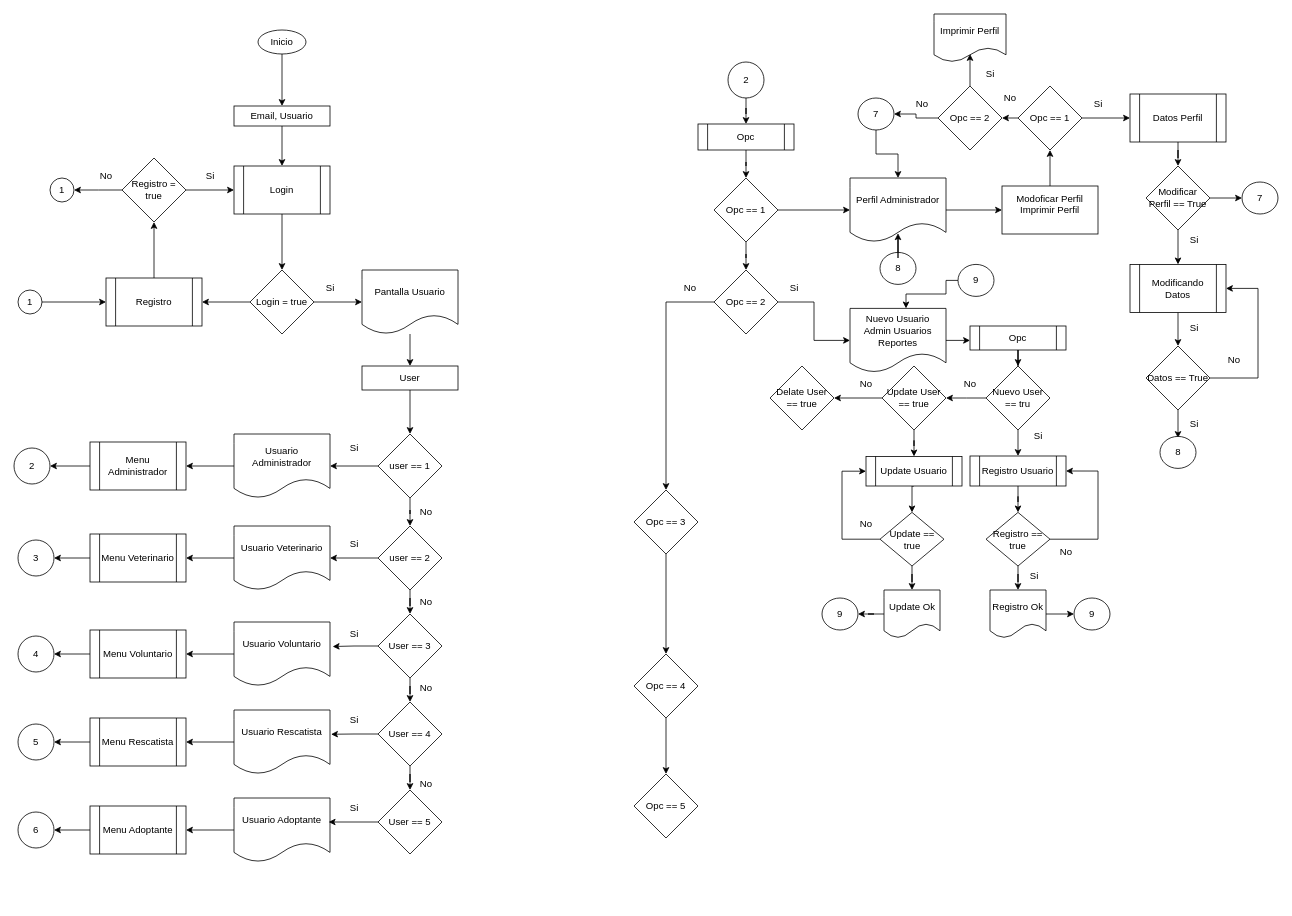
JlchavezG/AdminPets keeps this draw.io diagram as page "Diagrama_Flujo_AdminPets_General" (1 of 2) of AdminPets.drawio. Above is the earlier version. Source tidied: cells renumbered, new cells numbered last; positions are measured from the earlier drawing's top-left corner, leaving out a move shared by most shapes. Both pictures are drawn from the tidied source at 80%, with x=0, y=0 at pixel (14, 14).
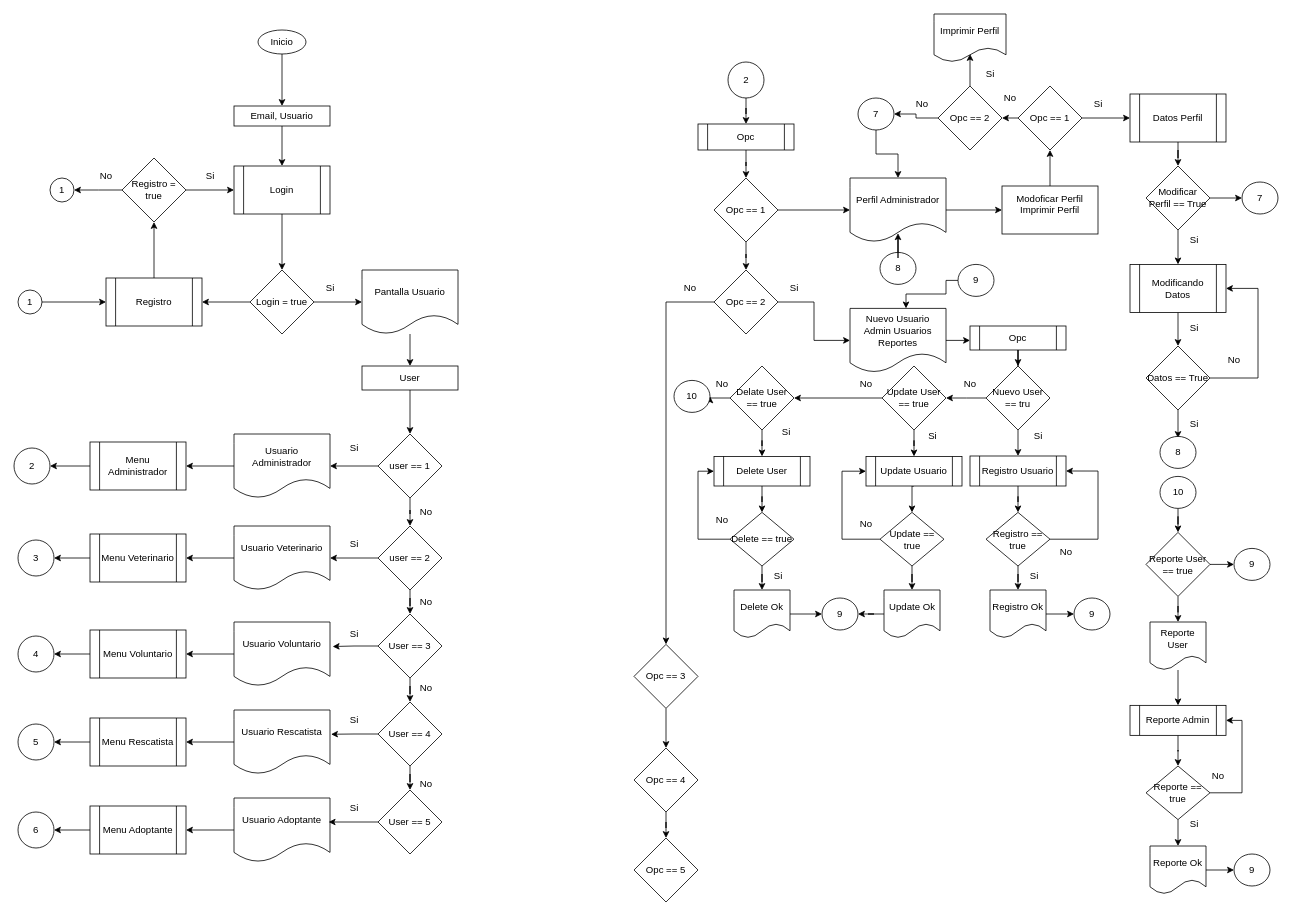
After the change.

The change refers to these unchanged cells:
```xml
<mxCell id="158" value="9" style="ellipse;whiteSpace=wrap;html=1;" parent="1" vertex="1">
  <mxGeometry x="1010" y="730" width="45" height="40" as="geometry" />
</mxCell>
```

The edit, as a diff of the source:
```diff
@@
     <mxCell id="85" value="Opc == 3" style="rhombus;whiteSpace=wrap;html=1;" parent="1" vertex="1">
-      <mxGeometry x="775" y="595" width="80" height="80" as="geometry" />
+      <mxGeometry x="775" y="788" width="80" height="80" as="geometry" />
     </mxCell>
@@
     <mxCell id="87" value="Opc == 4" style="rhombus;whiteSpace=wrap;html=1;" parent="1" vertex="1">
-      <mxGeometry x="775" y="800" width="80" height="80" as="geometry" />
+      <mxGeometry x="775" y="917.5" width="80" height="80" as="geometry" />
     </mxCell>
     <mxCell id="88" value="Opc == 5" style="rhombus;whiteSpace=wrap;html=1;" parent="1" vertex="1">
-      <mxGeometry x="775" y="950" width="80" height="80" as="geometry" />
+      <mxGeometry x="775" y="1030" width="80" height="80" as="geometry" />
     </mxCell>
@@
+    <mxCell id="161" style="edgeStyle=orthogonalEdgeStyle;rounded=0;jettySize=auto;html=1;" parent="1" edge="1" source="148" target="164">
+      <mxGeometry relative="1" as="geometry" />
+    </mxCell>
+    <mxCell id="162" style="edgeStyle=orthogonalEdgeStyle;rounded=0;jettySize=auto;html=1;exitX=0;exitY=0.5;exitDx=0;exitDy=0;entryX=1;entryY=0.5;entryDx=0;entryDy=0;" parent="1" edge="1" source="148" target="174">
+      <mxGeometry relative="1" as="geometry" />
+    </mxCell>
     <mxCell id="148" value="Delate User == true" style="rhombus;whiteSpace=wrap;html=1;" parent="1" vertex="1">
-      <mxGeometry x="945" y="440" width="80" height="80" as="geometry" />
+      <mxGeometry x="895" y="440" width="80" height="80" as="geometry" />
     </mxCell>
@@
+    <mxCell id="163" style="edgeStyle=orthogonalEdgeStyle;rounded=0;jettySize=auto;html=1;entryX=0.5;entryY=0;entryDx=0;entryDy=0;" parent="1" edge="1" source="164" target="167">
+      <mxGeometry relative="1" as="geometry" />
+    </mxCell>
+    <mxCell id="164" value="Delete User" style="shape=process;whiteSpace=wrap;html=1;backgroundOutline=1;" parent="1" vertex="1">
+      <mxGeometry x="875" y="553" width="120" height="37" as="geometry" />
+    </mxCell>
+    <mxCell id="165" style="edgeStyle=orthogonalEdgeStyle;rounded=0;jettySize=auto;html=1;entryX=0;entryY=0.5;entryDx=0;entryDy=0;exitX=0;exitY=0.5;exitDx=0;exitDy=0;" parent="1" edge="1" source="167" target="164">
+      <mxGeometry relative="1" as="geometry" />
+    </mxCell>
+    <mxCell id="166" style="edgeStyle=orthogonalEdgeStyle;rounded=0;jettySize=auto;html=1;entryX=0.5;entryY=0;entryDx=0;entryDy=0;" parent="1" edge="1" source="167" target="170">
+      <mxGeometry relative="1" as="geometry" />
+    </mxCell>
+    <mxCell id="167" value="Delete == true" style="rhombus;whiteSpace=wrap;html=1;" parent="1" vertex="1">
+      <mxGeometry x="895" y="623" width="80" height="67" as="geometry" />
+    </mxCell>
+    <mxCell id="168" value="No" style="text;html=1;align=center;verticalAlign=middle;strokeColor=none;fillColor=none;" parent="1" vertex="1">
+      <mxGeometry x="865" y="618" width="40" height="30" as="geometry" />
+    </mxCell>
+    <mxCell id="169" style="edgeStyle=orthogonalEdgeStyle;rounded=0;jettySize=auto;html=1;entryX=0;entryY=0.5;entryDx=0;entryDy=0;" parent="1" edge="1" source="170" target="158">
+      <mxGeometry relative="1" as="geometry" />
+    </mxCell>
+    <mxCell id="170" value="Delete Ok" style="shape=document;whiteSpace=wrap;html=1;boundedLbl=1;" parent="1" vertex="1">
+      <mxGeometry x="900" y="720" width="70" height="60" as="geometry" />
+    </mxCell>
+    <mxCell id="171" value="Si" style="text;html=1;align=center;verticalAlign=middle;strokeColor=none;fillColor=none;" parent="1" vertex="1">
+      <mxGeometry x="940" y="688" width="30" height="30" as="geometry" />
+    </mxCell>
+    <mxCell id="172" value="Si" style="text;html=1;align=center;verticalAlign=middle;strokeColor=none;fillColor=none;" parent="1" vertex="1">
+      <mxGeometry x="1132.5" y="512.5" width="30" height="30" as="geometry" />
+    </mxCell>
+    <mxCell id="173" value="Si" style="text;html=1;align=center;verticalAlign=middle;strokeColor=none;fillColor=none;" parent="1" vertex="1">
+      <mxGeometry x="950" y="508" width="30" height="30" as="geometry" />
+    </mxCell>
+    <mxCell id="174" value="10" style="ellipse;whiteSpace=wrap;html=1;" parent="1" vertex="1">
+      <mxGeometry x="825" y="458" width="45" height="40" as="geometry" />
+    </mxCell>
+    <mxCell id="175" value="No" style="text;html=1;align=center;verticalAlign=middle;strokeColor=none;fillColor=none;" parent="1" vertex="1">
+      <mxGeometry x="865" y="448" width="40" height="30" as="geometry" />
+    </mxCell>
+    <mxCell id="176" style="edgeStyle=orthogonalEdgeStyle;rounded=0;jettySize=auto;html=1;entryX=0.5;entryY=0;entryDx=0;entryDy=0;" parent="1" edge="1" source="177" target="180">
+      <mxGeometry relative="1" as="geometry" />
+    </mxCell>
+    <mxCell id="177" value="10" style="ellipse;whiteSpace=wrap;html=1;" parent="1" vertex="1">
+      <mxGeometry x="1432.5" y="578" width="45" height="40" as="geometry" />
+    </mxCell>
+    <mxCell id="178" style="edgeStyle=orthogonalEdgeStyle;rounded=0;jettySize=auto;html=1;" parent="1" edge="1" source="180">
+      <mxGeometry relative="1" as="geometry">
+        <mxPoint x="1525" y="688" as="targetPoint" />
+      </mxGeometry>
+    </mxCell>
+    <mxCell id="179" style="edgeStyle=orthogonalEdgeStyle;rounded=0;jettySize=auto;html=1;entryX=0.5;entryY=0;entryDx=0;entryDy=0;" parent="1" edge="1" source="180" target="183">
+      <mxGeometry relative="1" as="geometry" />
+    </mxCell>
+    <mxCell id="180" value="Reporte User == true" style="rhombus;whiteSpace=wrap;html=1;" parent="1" vertex="1">
+      <mxGeometry x="1415" y="648" width="80" height="80" as="geometry" />
+    </mxCell>
+    <mxCell id="181" value="9" style="ellipse;whiteSpace=wrap;html=1;" parent="1" vertex="1">
+      <mxGeometry x="1525" y="668" width="45" height="40" as="geometry" />
+    </mxCell>
+    <mxCell id="182" style="edgeStyle=orthogonalEdgeStyle;rounded=0;jettySize=auto;html=1;entryX=0.5;entryY=0;entryDx=0;entryDy=0;" parent="1" edge="1" source="183" target="185">
+      <mxGeometry relative="1" as="geometry" />
+    </mxCell>
+    <mxCell id="183" value="Reporte User" style="shape=document;whiteSpace=wrap;html=1;boundedLbl=1;" parent="1" vertex="1">
+      <mxGeometry x="1420" y="760" width="70" height="60" as="geometry" />
+    </mxCell>
+    <mxCell id="184" style="edgeStyle=orthogonalEdgeStyle;rounded=0;jettySize=auto;html=1;entryX=0.5;entryY=0;entryDx=0;entryDy=0;" parent="1" edge="1" source="185" target="188">
+      <mxGeometry relative="1" as="geometry" />
+    </mxCell>
+    <mxCell id="185" value="Reporte Admin" style="shape=process;whiteSpace=wrap;html=1;backgroundOutline=1;" parent="1" vertex="1">
+      <mxGeometry x="1395" y="864.2" width="120" height="37.5" as="geometry" />
+    </mxCell>
+    <mxCell id="186" style="edgeStyle=orthogonalEdgeStyle;rounded=0;jettySize=auto;html=1;entryX=1;entryY=0.5;entryDx=0;entryDy=0;" parent="1" edge="1" source="188" target="185">
+      <mxGeometry relative="1" as="geometry">
+        <Array as="points">
+          <mxPoint x="1535" y="974" />
+          <mxPoint x="1535" y="883" />
+        </Array>
+      </mxGeometry>
+    </mxCell>
+    <mxCell id="187" style="edgeStyle=orthogonalEdgeStyle;rounded=0;jettySize=auto;html=1;exitX=0.5;exitY=1;exitDx=0;exitDy=0;entryX=0.5;entryY=0;entryDx=0;entryDy=0;" parent="1" edge="1" source="188" target="191">
+      <mxGeometry relative="1" as="geometry" />
+    </mxCell>
+    <mxCell id="188" value="Reporte == true" style="rhombus;whiteSpace=wrap;html=1;" parent="1" vertex="1">
+      <mxGeometry x="1415" y="940" width="80" height="67" as="geometry" />
+    </mxCell>
+    <mxCell id="189" value="No" style="text;html=1;align=center;verticalAlign=middle;strokeColor=none;fillColor=none;" parent="1" vertex="1">
+      <mxGeometry x="1485" y="938" width="40" height="30" as="geometry" />
+    </mxCell>
+    <mxCell id="190" style="edgeStyle=orthogonalEdgeStyle;rounded=0;jettySize=auto;html=1;" parent="1" edge="1" source="191">
+      <mxGeometry relative="1" as="geometry">
+        <mxPoint x="1525" y="1070" as="targetPoint" />
+      </mxGeometry>
+    </mxCell>
+    <mxCell id="191" value="Reporte Ok" style="shape=document;whiteSpace=wrap;html=1;boundedLbl=1;" parent="1" vertex="1">
+      <mxGeometry x="1420" y="1040" width="70" height="60" as="geometry" />
+    </mxCell>
+    <mxCell id="192" value="Si" style="text;html=1;align=center;verticalAlign=middle;strokeColor=none;fillColor=none;" parent="1" vertex="1">
+      <mxGeometry x="1460" y="998" width="30" height="30" as="geometry" />
+    </mxCell>
+    <mxCell id="193" value="9" style="ellipse;whiteSpace=wrap;html=1;" parent="1" vertex="1">
+      <mxGeometry x="1525" y="1050" width="45" height="40" as="geometry" />
+    </mxCell>
```
